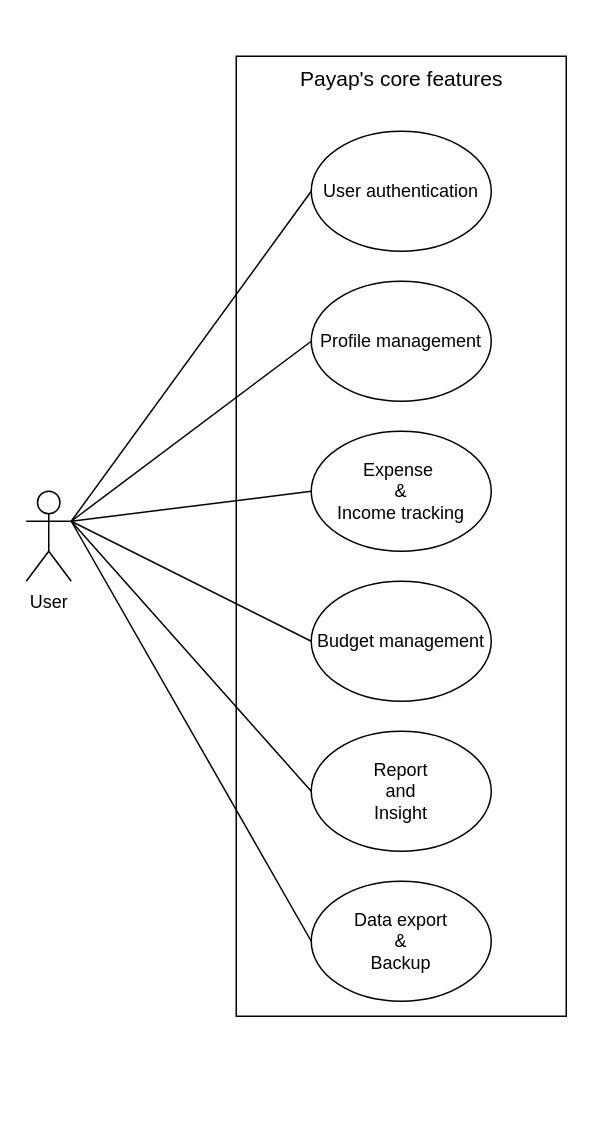
Above: system-design/finance-tracker.drawio in PhoenixWK/Payap (draw.io), before the change. Source tidied: cells renumbered, new cells numbered last; positions are measured from the earlier drawing's top-left corner, leaving out a move shared by most shapes. Both pictures are drawn from the tidied source at 150%, with x=0, y=0 at pixel (26, 56).
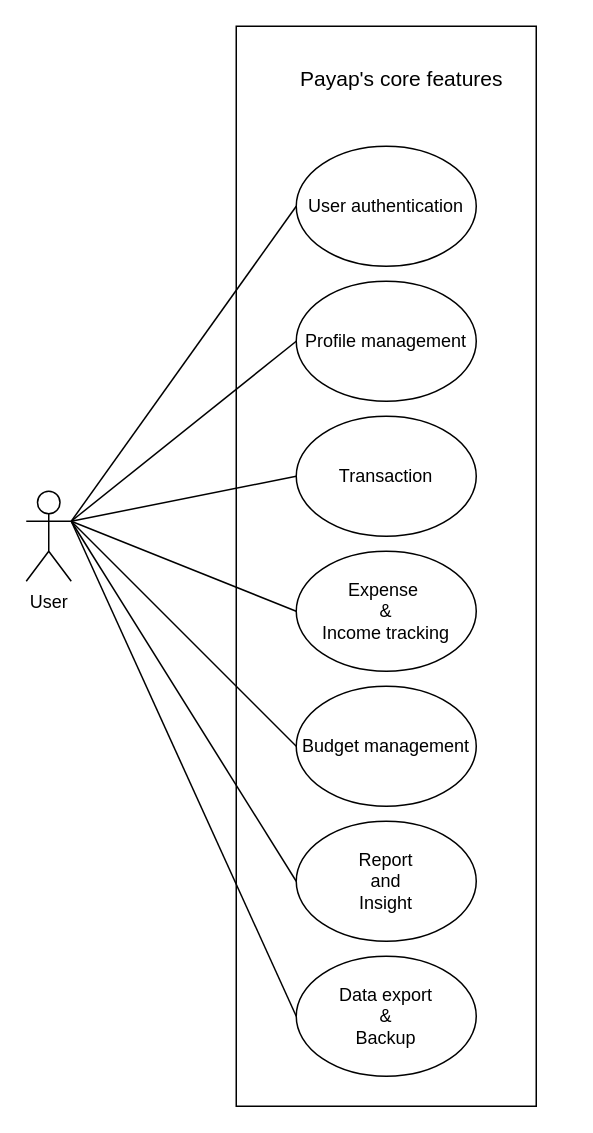
After the change.

Commit message (it also covers changes not shown here):
Modiying finance tracker use case, transaction use case, budget use case

Unchanged cells that the change refers to:
```xml
<mxCell id="2" value="User" style="shape=umlActor;verticalLabelPosition=bottom;verticalAlign=top;html=1;outlineConnect=0;" parent="1" vertex="1">
  <mxGeometry y="290" width="30" height="60" as="geometry" />
</mxCell>
```

The edit, as a diff of the source:
```diff
@@
     <mxCell id="3" value="User authentication" style="ellipse;whiteSpace=wrap;html=1;" parent="1" vertex="1">
-      <mxGeometry x="190" y="50" width="120" height="80" as="geometry" />
+      <mxGeometry x="180" y="60" width="120" height="80" as="geometry" />
     </mxCell>
     <mxCell id="4" value="Profile management" style="ellipse;whiteSpace=wrap;html=1;" parent="1" vertex="1">
-      <mxGeometry x="190" y="150" width="120" height="80" as="geometry" />
+      <mxGeometry x="180" y="150" width="120" height="80" as="geometry" />
     </mxCell>
     <mxCell id="5" value="Expense&amp;nbsp;&lt;div&gt;&amp;amp;&lt;/div&gt;&lt;div&gt;Income tracking&lt;/div&gt;" style="ellipse;whiteSpace=wrap;html=1;" parent="1" vertex="1">
-      <mxGeometry x="190" y="250" width="120" height="80" as="geometry" />
+      <mxGeometry x="180" y="330" width="120" height="80" as="geometry" />
     </mxCell>
     <mxCell id="6" value="Budget management" style="ellipse;whiteSpace=wrap;html=1;" parent="1" vertex="1">
-      <mxGeometry x="190" y="350" width="120" height="80" as="geometry" />
+      <mxGeometry x="180" y="420" width="120" height="80" as="geometry" />
     </mxCell>
     <mxCell id="7" value="Report&lt;div&gt;and&lt;/div&gt;&lt;div&gt;Insight&lt;/div&gt;" style="ellipse;whiteSpace=wrap;html=1;" parent="1" vertex="1">
-      <mxGeometry x="190" y="450" width="120" height="80" as="geometry" />
+      <mxGeometry x="180" y="510" width="120" height="80" as="geometry" />
     </mxCell>
     <mxCell id="8" value="Data export&lt;div&gt;&amp;amp;&lt;/div&gt;&lt;div&gt;Backup&lt;/div&gt;" style="ellipse;whiteSpace=wrap;html=1;" parent="1" vertex="1">
-      <mxGeometry x="190" y="550" width="120" height="80" as="geometry" />
+      <mxGeometry x="180" y="600" width="120" height="80" as="geometry" />
     </mxCell>
-    <mxCell id="9" style="rounded=0;whiteSpace=wrap;html=1;fillColor=none;" parent="1" vertex="1">
-      <mxGeometry x="140" width="220" height="640" as="geometry" />
-    </mxCell>
@@
+    <mxCell id="17" value="Transaction" style="ellipse;whiteSpace=wrap;html=1;" parent="1" vertex="1">
+      <mxGeometry x="180" y="240" width="120" height="80" as="geometry" />
+    </mxCell>
+    <mxCell id="18" style="endArrow=none;html=1;rounded=0;entryX=0;entryY=0.5;entryDx=0;entryDy=0;exitX=1;exitY=0.3333333333333333;exitDx=0;exitDy=0;exitPerimeter=0;" parent="1" edge="1" source="2" target="17">
+      <mxGeometry relative="1" as="geometry" />
+    </mxCell>
+    <mxCell id="19" style="rounded=0;whiteSpace=wrap;html=1;fillColor=none;" parent="1" vertex="1">
+      <mxGeometry x="140" y="-20" width="200" height="720" as="geometry" />
+    </mxCell>
```
